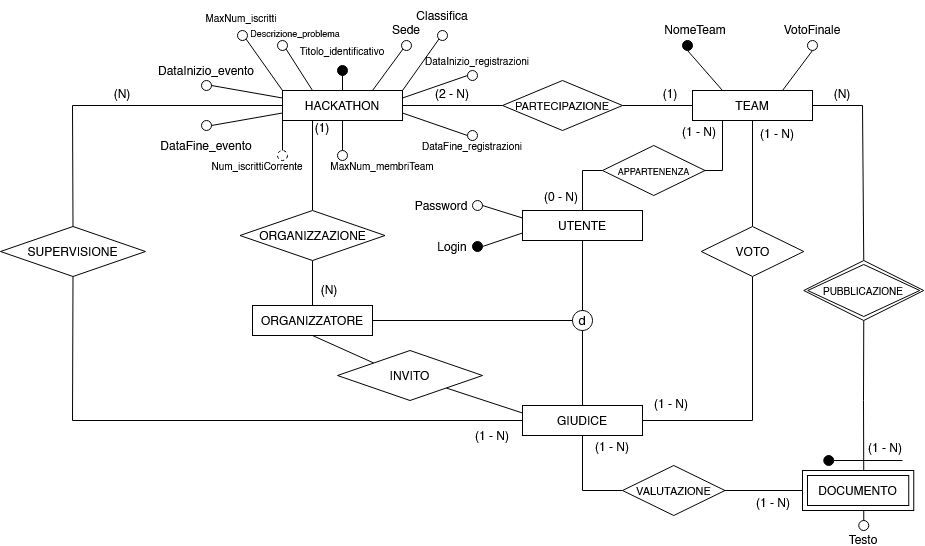
The draw.io diagram Documentazione/Immagini/EERDiagram_Hackathon.png in RyoSpikes/ProgettoBasiDati2025, before a commit. Source tidied: cells renumbered, new cells last; positions are measured from the earlier drawing's top-left corner, leaving out a move shared by most shapes.
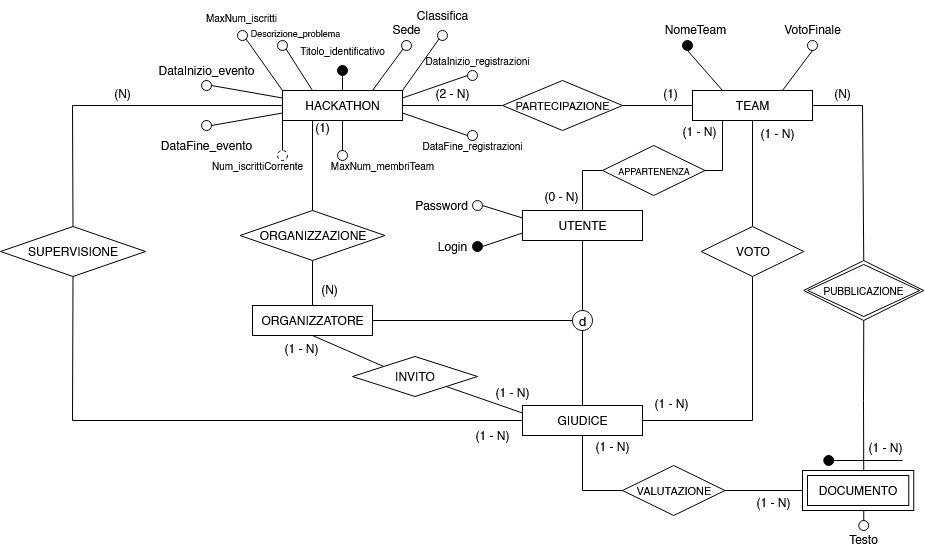
After the commit.

What changed in the source:
```diff
@@ -181,7 +181,7 @@
       <mxGeometry relative="1" as="geometry" />
     </mxCell>
     <mxCell id="58" value="INVITO" style="shape=rhombus;perimeter=rhombusPerimeter;whiteSpace=wrap;html=1;align=center;" parent="1" vertex="1">
-      <mxGeometry x="337" y="350" width="145" height="50" as="geometry" />
+      <mxGeometry x="352" y="356" width="125" height="40" as="geometry" />
     </mxCell>
     <mxCell id="59" style="endArrow=none;html=1;rounded=0;entryX=1;entryY=0.5;entryDx=0;entryDy=0;exitX=0.5;exitY=1;exitDx=0;exitDy=0;" parent="1" edge="1" source="61" target="51">
       <mxGeometry relative="1" as="geometry">
@@ -338,5 +338,11 @@
     <mxCell id="99" value="DOCUMENTO" style="shape=ext;margin=3;double=1;whiteSpace=wrap;html=1;align=center;" parent="1" vertex="1">
       <mxGeometry x="802" y="470" width="111.2" height="40" as="geometry" />
     </mxCell>
+    <mxCell id="100" value="(1 - N)" style="text;html=1;align=center;verticalAlign=middle;whiteSpace=wrap;rounded=0;" parent="1" vertex="1">
+      <mxGeometry x="482" y="379" width="60" height="26" as="geometry" />
+    </mxCell>
+    <mxCell id="101" value="(1 - N)" style="text;html=1;align=center;verticalAlign=middle;whiteSpace=wrap;rounded=0;" parent="1" vertex="1">
+      <mxGeometry x="271" y="335" width="60" height="26" as="geometry" />
+    </mxCell>
   </root>
 </mxGraphModel>
```
